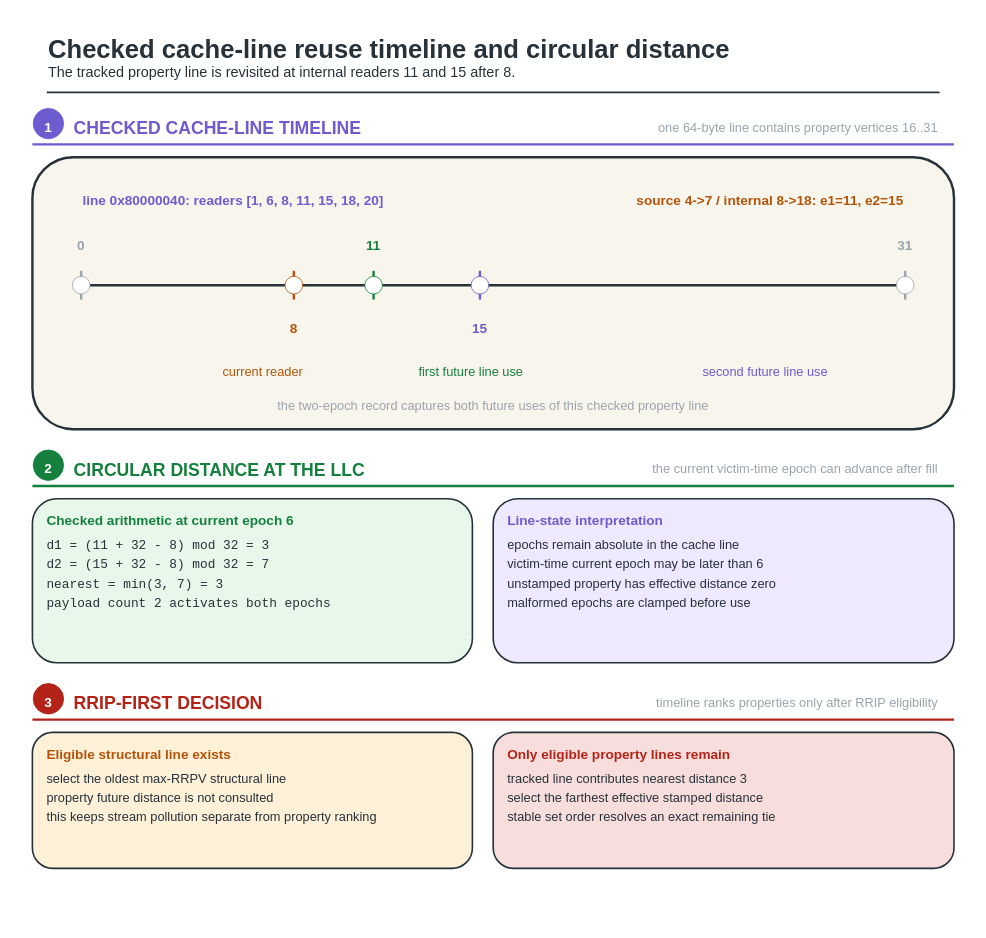
This is fig/wiki_src/reuse-plan-flowthrough/reuse-plan-flowthrough-f03-future-distance.drawio from UVA-LavaLab/ECG_GrAPL, a draw.io file, before an edit. Source tidied: cells renumbered, new cells numbered last; positions are measured from the earlier drawing's top-left corner, leaving out a move shared by most shapes. Both pictures are drawn from the tidied source at 80%, with x=0, y=0 at pixel (13, 13).
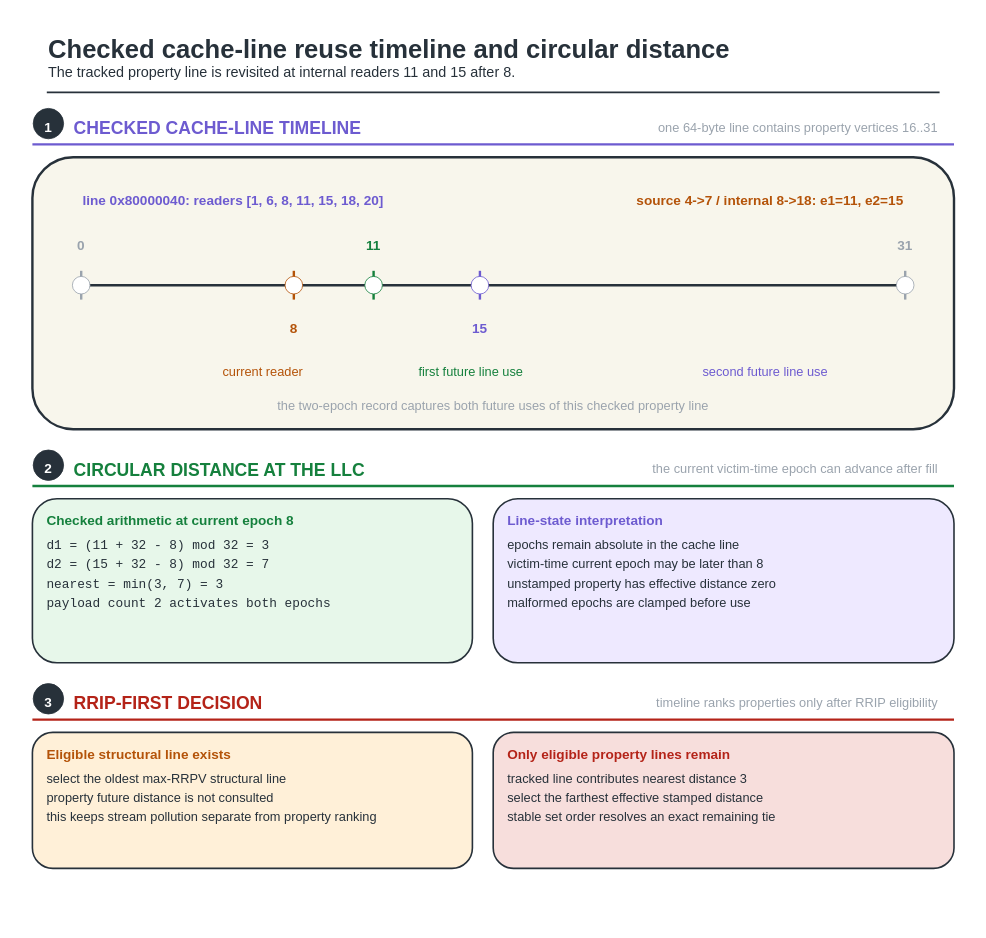
After the change.

Change to the diagram source:
```diff
@@
-    <mxCell id="6" style="ellipse;html=0;fillColor=#6D5BD0;strokeColor=#6D5BD0;strokeWidth=1;" parent="1" vertex="1">
+    <mxCell id="6" style="ellipse;html=0;fillColor=#27313A;strokeColor=#27313A;strokeWidth=1;" parent="1" vertex="1">
       <mxGeometry x="25" y="119" width="38" height="38" as="geometry" />
     </mxCell>
@@
-    <mxCell id="34" style="ellipse;html=0;fillColor=#15803D;strokeColor=#15803D;strokeWidth=1;" parent="1" vertex="1">
+    <mxCell id="34" style="ellipse;html=0;fillColor=#27313A;strokeColor=#27313A;strokeWidth=1;" parent="1" vertex="1">
       <mxGeometry x="25" y="546" width="38" height="38" as="geometry" />
     </mxCell>
@@
-    <mxCell id="40" value="Checked arithmetic at current epoch 6" style="text;html=0;strokeColor=none;fillColor=none;align=left;verticalAlign=middle;fontFamily=Helvetica;fontSize=17;fontColor=#15803D;fontStyle=1;" parent="1" vertex="1">
+    <mxCell id="40" value="Checked arithmetic at current epoch 8" style="text;html=0;strokeColor=none;fillColor=none;align=left;verticalAlign=middle;fontFamily=Helvetica;fontSize=17;fontColor=#15803D;fontStyle=1;" parent="1" vertex="1">
       <mxGeometry x="40" y="621.4" width="358.5" height="23.8" as="geometry" />
     </mxCell>
@@
-    <mxCell id="48" value="victim-time current epoch may be later than 6" style="text;html=0;strokeColor=none;fillColor=none;align=left;verticalAlign=middle;fontFamily=Helvetica;fontSize=16;fontColor=#27313A;fontStyle=0;" parent="1" vertex="1">
+    <mxCell id="48" value="victim-time current epoch may be later than 8" style="text;html=0;strokeColor=none;fillColor=none;align=left;verticalAlign=middle;fontFamily=Helvetica;fontSize=16;fontColor=#27313A;fontStyle=0;" parent="1" vertex="1">
       <mxGeometry x="616" y="676.2" width="381.6" height="22.4" as="geometry" />
     </mxCell>
@@
-    <mxCell id="51" style="ellipse;html=0;fillColor=#B42318;strokeColor=#B42318;strokeWidth=1;" parent="1" vertex="1">
+    <mxCell id="51" style="ellipse;html=0;fillColor=#27313A;strokeColor=#27313A;strokeWidth=1;" parent="1" vertex="1">
       <mxGeometry x="25" y="838" width="38" height="38" as="geometry" />
     </mxCell>
```
